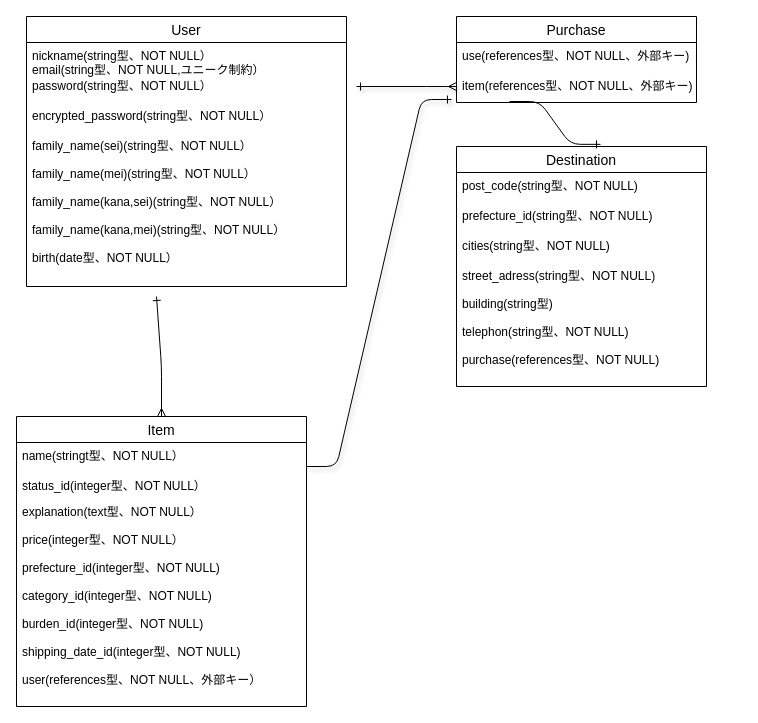
The draw.io diagram test.dio in tenntenn6/furima-39959, before the edit. Source tidied: cells renumbered, new cells numbered last; positions are measured from the earlier drawing's top-left corner, leaving out a move shared by most shapes. Both pictures are drawn from the tidied source at 100%, with x=0, y=0 at pixel (16, 16).
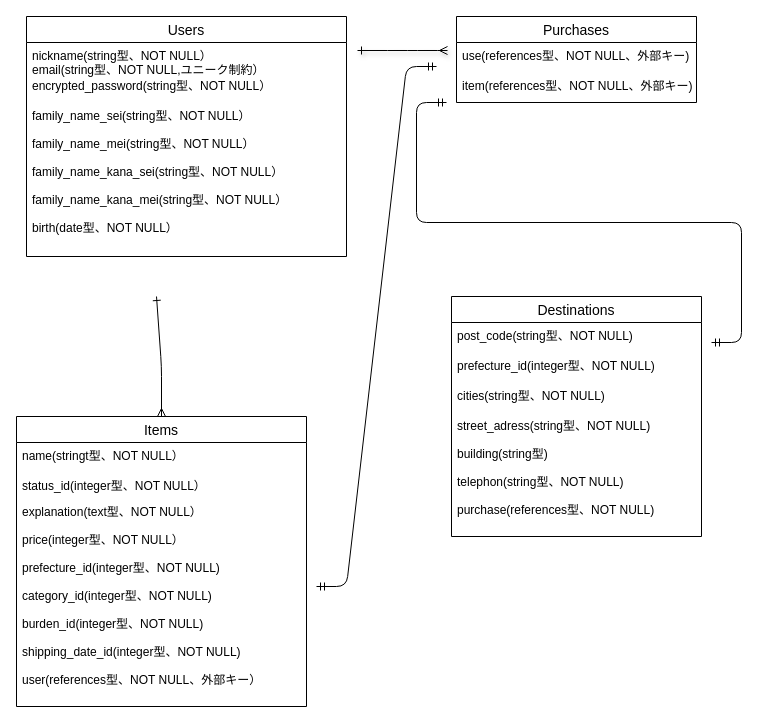
After the change.

Unchanged cells that the change refers to:
```xml
<mxCell id="9" value="name(stringt型、NOT NULL）" style="text;strokeColor=none;fillColor=none;spacingLeft=4;spacingRight=4;overflow=hidden;points=[[0,0.5],[1,0.5]];portConstraint=eastwest;fontSize=12;" parent="8" vertex="1">
  <mxGeometry y="26" width="290" height="30" as="geometry" />
</mxCell>
<mxCell id="19" value="item(references型、NOT NULL、外部キー)" style="text;strokeColor=none;fillColor=none;spacingLeft=4;spacingRight=4;overflow=hidden;points=[[0,0.5],[1,0.5]];portConstraint=eastwest;fontSize=12;" parent="17" vertex="1">
  <mxGeometry y="56" width="240" height="30" as="geometry" />
</mxCell>
```

The edit, as a diff of the source:
```diff
@@
-    <mxCell id="2" value="User" style="swimlane;fontStyle=0;horizontal=1;startSize=26;align=center;fontSize=14;" parent="1" vertex="1">
-      <mxGeometry x="10" width="320" height="270" as="geometry" />
+    <mxCell id="2" value="Users" style="swimlane;fontStyle=0;horizontal=1;startSize=26;align=center;fontSize=14;" parent="1" vertex="1">
+      <mxGeometry x="10" width="320" height="240" as="geometry" />
     </mxCell>
@@
-    <mxCell id="4" value="password(string型、NOT NULL）" style="text;strokeColor=none;fillColor=none;spacingLeft=4;spacingRight=4;overflow=hidden;fontSize=12;" parent="2" vertex="1">
-      <mxGeometry y="56" width="320" height="30" as="geometry" />
-    </mxCell>
     <mxCell id="5" value="encrypted_password(string型、NOT NULL）" style="text;strokeColor=none;fillColor=none;spacingLeft=4;spacingRight=4;overflow=hidden;fontSize=12;" parent="2" vertex="1">
-      <mxGeometry y="86" width="320" height="30" as="geometry" />
+      <mxGeometry y="56" width="320" height="30" as="geometry" />
     </mxCell>
-    <mxCell id="6" value="family_name(sei)(string型、NOT NULL）&#10;&#10;family_name(mei)(string型、NOT NULL）&#10;&#10;family_name(kana,sei)(string型、NOT NULL）&#10;&#10;family_name(kana,mei)(string型、NOT NULL）&#10;&#10;birth(date型、NOT NULL）&#10;&#10;&#10;&#10;&#10;" style="text;strokeColor=none;fillColor=none;spacingLeft=4;spacingRight=4;overflow=hidden;fontSize=12;" parent="2" vertex="1">
-      <mxGeometry y="116" width="320" height="154" as="geometry" />
+    <mxCell id="6" value="family_name_sei(string型、NOT NULL）&#10;&#10;family_name_mei(string型、NOT NULL）&#10;&#10;family_name_kana_sei(string型、NOT NULL）&#10;&#10;family_name_kana_mei(string型、NOT NULL）&#10;&#10;birth(date型、NOT NULL）&#10;&#10;&#10;&#10;&#10;" style="text;strokeColor=none;fillColor=none;spacingLeft=4;spacingRight=4;overflow=hidden;fontSize=12;" parent="2" vertex="1">
+      <mxGeometry y="86" width="320" height="154" as="geometry" />
     </mxCell>
@@
-    <mxCell id="8" value="Item" style="swimlane;fontStyle=0;horizontal=1;startSize=26;align=center;fontSize=14;" parent="1" vertex="1">
+    <mxCell id="8" value="Items" style="swimlane;fontStyle=0;horizontal=1;startSize=26;align=center;fontSize=14;" parent="1" vertex="1">
       <mxGeometry y="400" width="290" height="290" as="geometry" />
     </mxCell>
@@
+    <mxCell id="23" style="edgeStyle=entityRelationEdgeStyle;fontSize=12;html=1;endArrow=ERmandOne;startArrow=ERmandOne;" parent="8" edge="1">
+      <mxGeometry relative="1" as="geometry">
+        <mxPoint x="300" y="170" as="sourcePoint" />
+        <mxPoint x="420" y="-350" as="targetPoint" />
+      </mxGeometry>
+    </mxCell>
@@
-    <mxCell id="12" value="Destination" style="swimlane;fontStyle=0;horizontal=1;startSize=26;align=center;fontSize=14;" parent="1" vertex="1">
-      <mxGeometry x="440" y="130" width="250" height="240" as="geometry" />
+    <mxCell id="12" value="Destinations" style="swimlane;fontStyle=0;horizontal=1;startSize=26;align=center;fontSize=14;" parent="1" vertex="1">
+      <mxGeometry x="435" y="280" width="250" height="240" as="geometry" />
     </mxCell>
@@
-    <mxCell id="14" value="prefecture_id(string型、NOT NULL)" style="text;strokeColor=none;fillColor=none;spacingLeft=4;spacingRight=4;overflow=hidden;fontSize=12;" parent="12" vertex="1">
+    <mxCell id="14" value="prefecture_id(integer型、NOT NULL)" style="text;strokeColor=none;fillColor=none;spacingLeft=4;spacingRight=4;overflow=hidden;fontSize=12;" parent="12" vertex="1">
       <mxGeometry y="56" width="250" height="30" as="geometry" />
     </mxCell>
@@
-    <mxCell id="17" value="Purchase" style="swimlane;fontStyle=0;horizontal=1;startSize=26;align=center;fontSize=14;" parent="1" vertex="1">
+    <mxCell id="17" value="Purchases" style="swimlane;fontStyle=0;horizontal=1;startSize=26;align=center;fontSize=14;" parent="1" vertex="1">
       <mxGeometry x="440" width="240" height="86" as="geometry" />
     </mxCell>
@@
-    <mxCell id="20" style="edgeStyle=entityRelationEdgeStyle;fontSize=12;html=1;endArrow=ERone;endFill=1;entryX=0.576;entryY=-0.009;entryDx=0;entryDy=0;entryPerimeter=0;exitX=0.221;exitY=0.967;exitDx=0;exitDy=0;exitPerimeter=0;" parent="1" edge="1" source="19" target="12">
-      <mxGeometry relative="1" as="geometry" />
-    </mxCell>
-    <mxCell id="21" style="edgeStyle=entityRelationEdgeStyle;fontSize=12;html=1;endArrow=ERone;endFill=1;shadow=1;entryX=-0.021;entryY=0.9;entryDx=0;entryDy=0;entryPerimeter=0;exitX=1;exitY=0.8;exitDx=0;exitDy=0;exitPerimeter=0;" parent="1" edge="1" source="9" target="19">
-      <mxGeometry relative="1" as="geometry" />
-    </mxCell>
     <mxCell id="22" style="edgeStyle=none;orthogonalLoop=1;jettySize=auto;html=1;shadow=1;endArrow=ERmany;endFill=0;startArrow=ERone;startFill=0;" parent="1" edge="1">
       <mxGeometry relative="1" as="geometry">
-        <mxPoint x="340" y="70" as="sourcePoint" />
-        <mxPoint x="440" y="70" as="targetPoint" />
+        <mxPoint x="341" y="34" as="sourcePoint" />
+        <mxPoint x="431" y="34" as="targetPoint" />
         <Array as="points">
-          <mxPoint x="420" y="70" />
+          <mxPoint x="381" y="34" />
+          <mxPoint x="411" y="34" />
         </Array>
       </mxGeometry>
     </mxCell>
+    <mxCell id="24" style="edgeStyle=entityRelationEdgeStyle;fontSize=12;html=1;endArrow=ERmandOne;startArrow=ERmandOne;" parent="1" edge="1">
+      <mxGeometry relative="1" as="geometry">
+        <mxPoint x="695" y="326" as="sourcePoint" />
+        <mxPoint x="430" y="86" as="targetPoint" />
+      </mxGeometry>
+    </mxCell>
```
